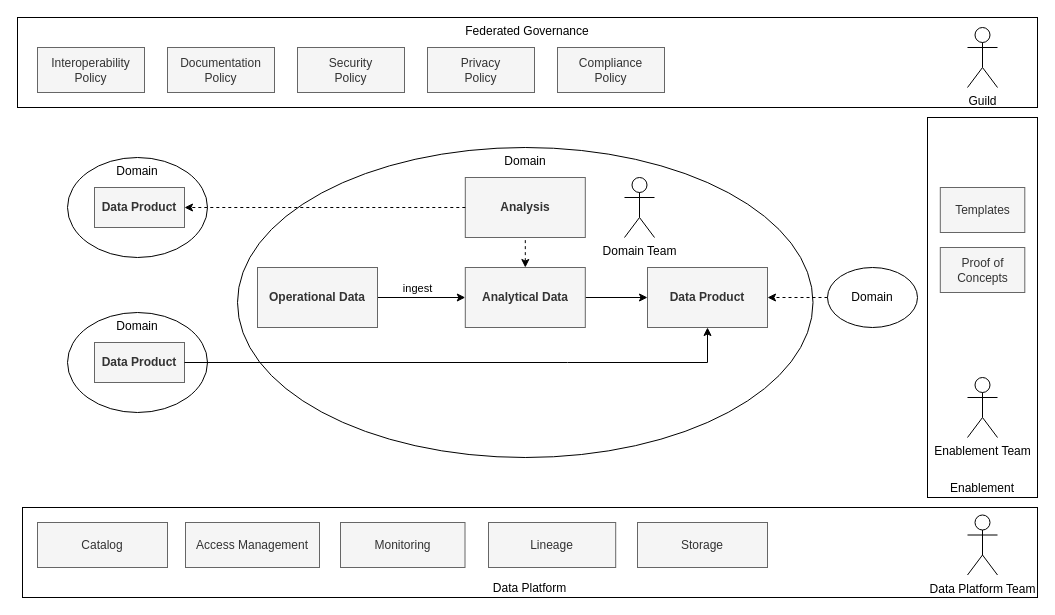
Above: diagrams/datamesharchitecture.drawio in datamesh-architecture/datamesh-architecture.com (draw.io), before the change. Source tidied: cells renumbered, new cells numbered last; positions are measured from the earlier drawing's top-left corner, leaving out a move shared by most shapes. Both pictures are drawn from the tidied source at 100%, with x=0, y=0 at pixel (17, 17).
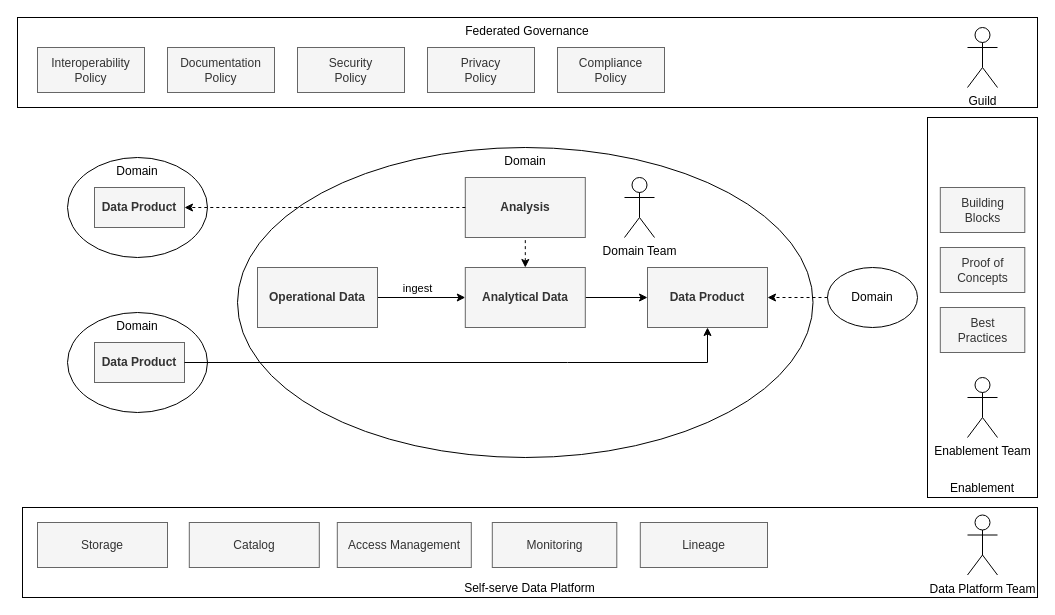
After the change.

Change to the diagram source:
```diff
@@
-    <mxCell id="3" value="Data Platform" style="rounded=0;whiteSpace=wrap;html=1;verticalAlign=bottom;" parent="1" vertex="1">
+    <mxCell id="3" value="Self-serve Data Platform" style="rounded=0;whiteSpace=wrap;html=1;verticalAlign=bottom;" parent="1" vertex="1">
       <mxGeometry x="5" y="490" width="1015" height="90" as="geometry" />
     </mxCell>
@@
     <mxCell id="8" value="Catalog" style="rounded=0;whiteSpace=wrap;html=1;fillColor=#f5f5f5;fontColor=#333333;strokeColor=#666666;" parent="1" vertex="1">
-      <mxGeometry x="20" y="505" width="130" height="45" as="geometry" />
+      <mxGeometry x="171.8" y="505" width="130" height="45" as="geometry" />
     </mxCell>
     <mxCell id="9" value="Access Management" style="rounded=0;whiteSpace=wrap;html=1;fillColor=#f5f5f5;fontColor=#333333;strokeColor=#666666;" parent="1" vertex="1">
-      <mxGeometry x="168" y="505" width="134" height="45" as="geometry" />
+      <mxGeometry x="319.8" y="505" width="134" height="45" as="geometry" />
     </mxCell>
     <mxCell id="10" value="Lineage" style="rounded=0;whiteSpace=wrap;html=1;fillColor=#f5f5f5;fontColor=#333333;strokeColor=#666666;" parent="1" vertex="1">
-      <mxGeometry x="471" y="505" width="127.2" height="45" as="geometry" />
+      <mxGeometry x="622.8" y="505" width="127.2" height="45" as="geometry" />
     </mxCell>
     <mxCell id="11" value="Monitoring" style="rounded=0;whiteSpace=wrap;html=1;fillColor=#f5f5f5;fontColor=#333333;strokeColor=#666666;" parent="1" vertex="1">
-      <mxGeometry x="323" y="505" width="124.5" height="45" as="geometry" />
+      <mxGeometry x="474.8" y="505" width="124.5" height="45" as="geometry" />
     </mxCell>
@@
-    <mxCell id="16" value="Templates" style="rounded=0;whiteSpace=wrap;html=1;fillColor=#f5f5f5;fontColor=#333333;strokeColor=#666666;" parent="1" vertex="1">
+    <mxCell id="16" value="Building &lt;br&gt;Blocks" style="rounded=0;whiteSpace=wrap;html=1;fillColor=#f5f5f5;fontColor=#333333;strokeColor=#666666;" parent="1" vertex="1">
       <mxGeometry x="922.8" y="170" width="84.5" height="45" as="geometry" />
     </mxCell>
@@
     <mxCell id="36" value="Storage" style="rounded=0;whiteSpace=wrap;html=1;fillColor=#f5f5f5;fontColor=#333333;strokeColor=#666666;" parent="1" vertex="1">
-      <mxGeometry x="620" y="505" width="130" height="45" as="geometry" />
+      <mxGeometry x="20" y="505" width="130" height="45" as="geometry" />
     </mxCell>
@@
+    <mxCell id="38" value="Best&lt;br&gt;Practices" style="rounded=0;whiteSpace=wrap;html=1;fillColor=#f5f5f5;fontColor=#333333;strokeColor=#666666;" parent="1" vertex="1">
+      <mxGeometry x="922.8" y="290" width="84.5" height="45" as="geometry" />
+    </mxCell>
```
